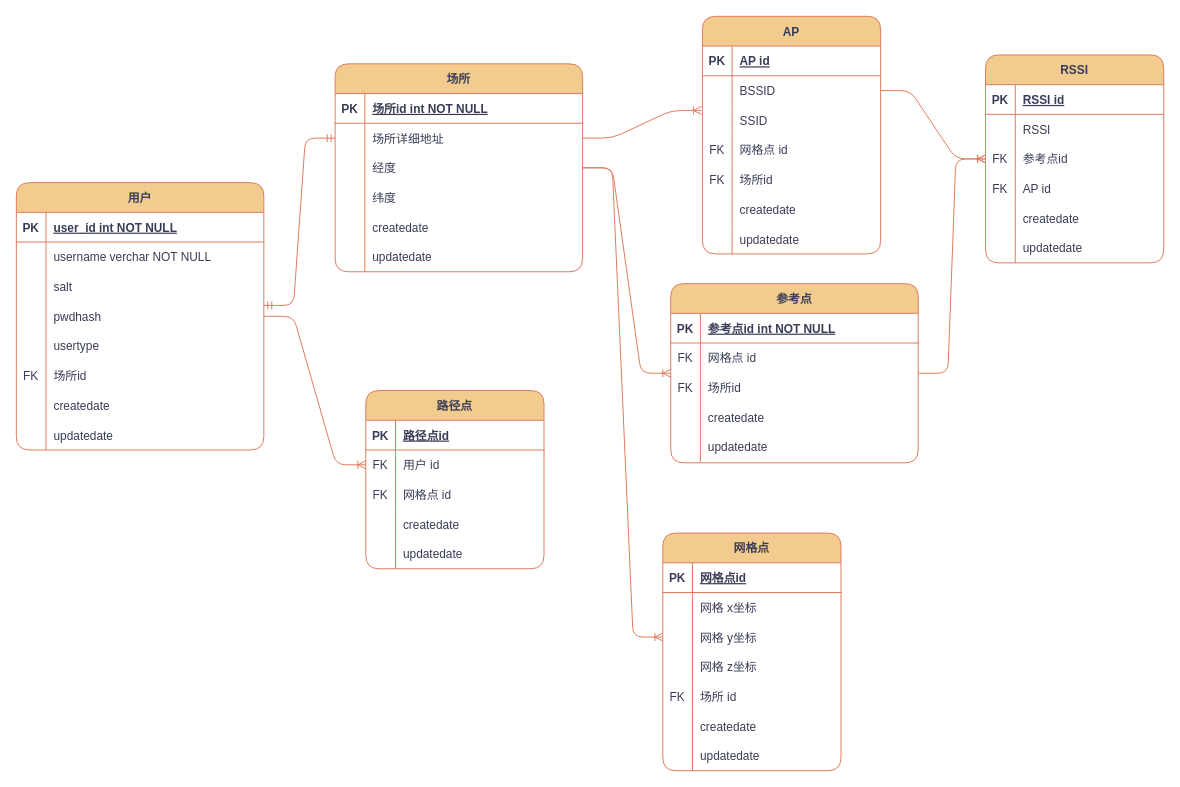
This is 毕业设计ER图.drawio from gaohongy/Graduation-Project, a draw.io file, before an edit. Source tidied: cells renumbered, new cells numbered last; positions are measured from the earlier drawing's top-left corner, leaving out a move shared by most shapes. Both pictures are drawn from the tidied source at 99%, with x=0, y=0 at pixel (16, 16).
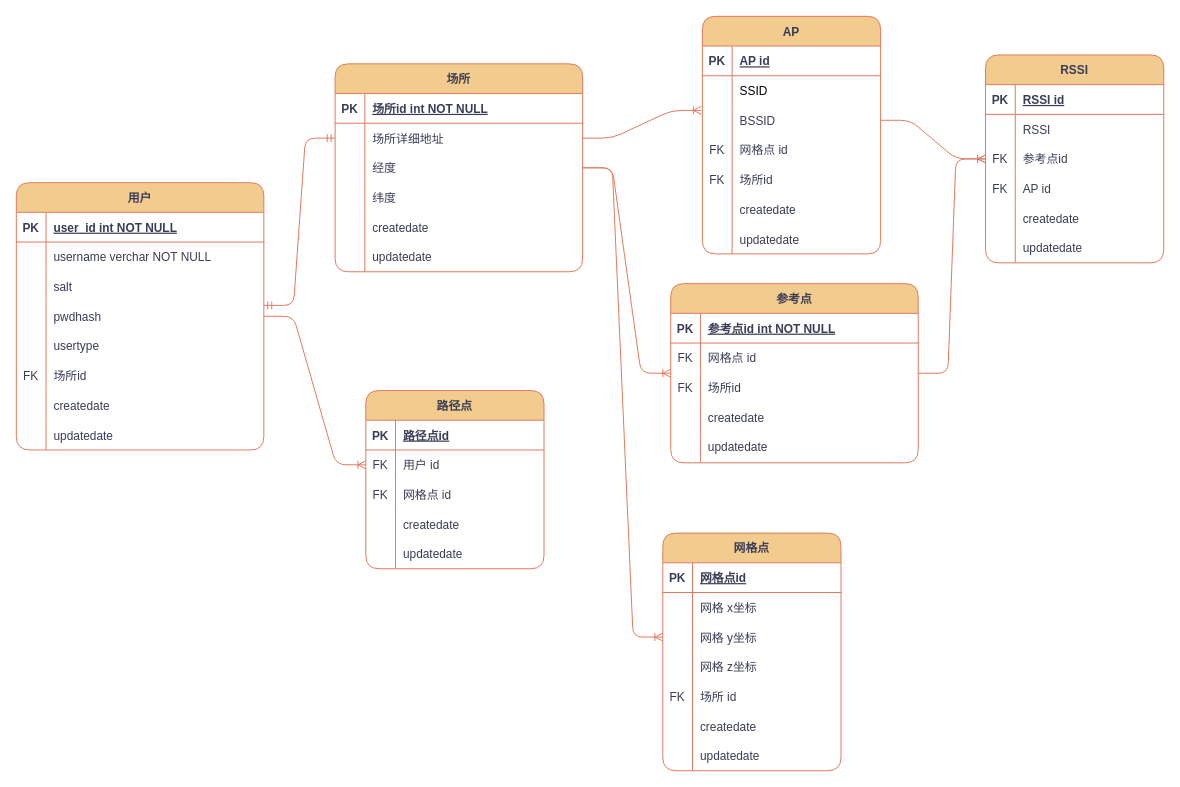
After the change.

Commit message:
修改AP表SSID和BSSID顺序.drawio

The change refers to these unchanged cells:
```xml
<mxCell id="6" style="shape=tableRow;horizontal=0;startSize=0;swimlaneHead=0;swimlaneBody=0;fillColor=none;points=[[0,0.5],[1,0.5]];portConstraint=eastwest;top=0;left=0;right=0;bottom=0;labelBackgroundColor=none;strokeColor=#E07A5F;fontColor=#393C56;rounded=1;" parent="2" vertex="1">
  <mxGeometry y="60" width="250" height="30" as="geometry" />
</mxCell>
<mxCell id="62" value="AP" style="shape=table;startSize=30;childLayout=tableLayout;rowLines=0;fontStyle=1;align=center;labelBackgroundColor=none;fillColor=#F2CC8F;strokeColor=#E07A5F;fontColor=#393C56;rounded=1;" parent="1" vertex="1">
  <mxGeometry x="693" width="180" height="240" as="geometry" />
</mxCell>
```

The edit, as a diff of the source:
```diff
@@
+    <mxCell id="148" style="shape=tableRow;horizontal=0;startSize=0;swimlaneHead=0;swimlaneBody=0;fillColor=none;top=0;left=0;right=0;bottom=0;" parent="62" vertex="1">
+      <mxGeometry y="60" width="180" height="30" as="geometry" />
+    </mxCell>
+    <mxCell id="149" style="shape=partialRectangle;fillColor=none;top=0;left=0;bottom=0;right=0;overflow=hidden;" parent="148" vertex="1">
+      <mxGeometry width="30" height="30" as="geometry" />
+    </mxCell>
+    <mxCell id="71" value="SSID" style="shape=partialRectangle;fillColor=none;top=0;left=0;bottom=0;right=0;align=left;spacingLeft=6;overflow=hidden;" parent="148" vertex="1">
+      <mxGeometry x="30" width="150" height="30" as="geometry" />
+    </mxCell>
     <mxCell id="66" style="shape=tableRow;horizontal=0;startSize=0;swimlaneHead=0;swimlaneBody=0;fillColor=none;points=[[0,0.5],[1,0.5]];portConstraint=eastwest;top=0;left=0;right=0;bottom=0;labelBackgroundColor=none;strokeColor=#E07A5F;fontColor=#393C56;rounded=1;" parent="62" vertex="1">
-      <mxGeometry y="60" width="180" height="30" as="geometry" />
+      <mxGeometry y="90" width="180" height="30" as="geometry" />
     </mxCell>
@@
-    <mxCell id="69" style="shape=tableRow;horizontal=0;startSize=0;swimlaneHead=0;swimlaneBody=0;fillColor=none;points=[[0,0.5],[1,0.5]];portConstraint=eastwest;top=0;left=0;right=0;bottom=0;labelBackgroundColor=none;strokeColor=#E07A5F;fontColor=#393C56;rounded=1;" parent="62" vertex="1">
-      <mxGeometry y="90" width="180" height="30" as="geometry" />
-    </mxCell>
-    <mxCell id="70" style="shape=partialRectangle;fillColor=none;top=0;left=0;bottom=0;right=0;overflow=hidden;labelBackgroundColor=none;strokeColor=#E07A5F;fontColor=#393C56;rounded=1;" parent="69" vertex="1">
-      <mxGeometry width="30" height="30" as="geometry" />
-    </mxCell>
-    <mxCell id="71" value="SSID" style="shape=partialRectangle;fillColor=none;top=0;left=0;bottom=0;right=0;align=left;spacingLeft=6;overflow=hidden;labelBackgroundColor=none;strokeColor=#E07A5F;fontColor=#393C56;rounded=1;" parent="69" vertex="1">
-      <mxGeometry x="30" width="150" height="30" as="geometry" />
-    </mxCell>
@@
-    <mxCell id="104" style="edgeStyle=entityRelationEdgeStyle;fontSize=12;html=1;endArrow=ERoneToMany;rounded=1;entryX=-0.006;entryY=0.167;entryDx=0;entryDy=0;entryPerimeter=0;exitX=1;exitY=0.5;exitDx=0;exitDy=0;labelBackgroundColor=none;strokeColor=#E07A5F;fontColor=default;" parent="1" edge="1" source="6" target="69">
-      <mxGeometry relative="1" as="geometry" />
+    <mxCell id="104" style="edgeStyle=entityRelationEdgeStyle;fontSize=12;html=1;endArrow=ERoneToMany;rounded=1;entryX=-0.006;entryY=0.167;entryDx=0;entryDy=0;entryPerimeter=0;exitX=1;exitY=0.5;exitDx=0;exitDy=0;labelBackgroundColor=none;strokeColor=#E07A5F;fontColor=default;" parent="1" edge="1" source="6">
+      <mxGeometry relative="1" as="geometry">
+        <mxPoint x="691.9" y="95" as="targetPoint" />
+      </mxGeometry>
     </mxCell>
```
